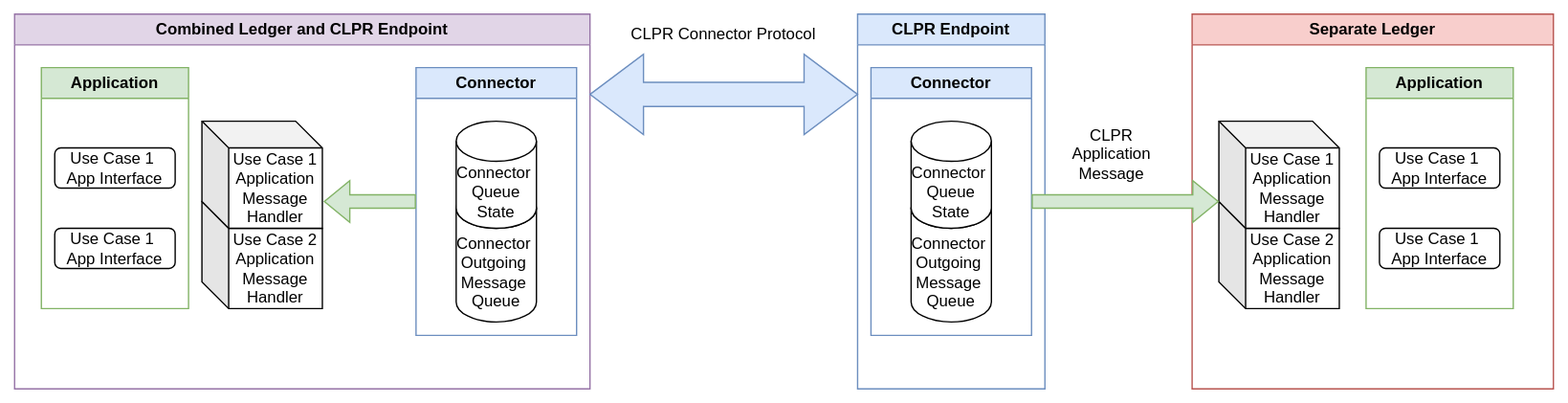
Earlier version of the draw.io export assets/hip-0000-clpr/clpr-endpoint-separate-ledger.drawio.svg (edward-swirldslabs/hedera-improvement-proposal). Source tidied: cells renumbered, new cells last; positions are measured from the earlier drawing's top-left corner, leaving out a move shared by most shapes. Source of this version:
```xml
<mxGraphModel>
  <root>
    <mxCell id="0" />
    <mxCell id="1" parent="0" />
    <mxCell id="2" value="Combined Ledger and CLPR Endpoint" style="swimlane;whiteSpace=wrap;html=1;fillColor=#e1d5e7;strokeColor=#9673a6;" parent="1" vertex="1">
      <mxGeometry width="430" height="280" as="geometry" />
    </mxCell>
    <mxCell id="3" value="Connector" style="swimlane;whiteSpace=wrap;html=1;fillColor=#dae8fc;strokeColor=#6c8ebf;" parent="2" vertex="1">
      <mxGeometry x="300" y="40" width="120" height="200" as="geometry" />
    </mxCell>
    <mxCell id="4" value="Connector&amp;nbsp;&lt;div&gt;Outgoing&amp;nbsp;&lt;/div&gt;&lt;div&gt;Message&amp;nbsp;&lt;/div&gt;&lt;div&gt;Queue&lt;/div&gt;" style="shape=cylinder3;whiteSpace=wrap;html=1;boundedLbl=1;backgroundOutline=1;size=15;" parent="3" vertex="1">
      <mxGeometry x="30" y="90" width="60" height="100" as="geometry" />
    </mxCell>
    <mxCell id="5" value="Connector&amp;nbsp;&lt;div&gt;Queue&lt;br&gt;&lt;div&gt;State&lt;/div&gt;&lt;/div&gt;" style="shape=cylinder3;whiteSpace=wrap;html=1;boundedLbl=1;backgroundOutline=1;size=15;" parent="3" vertex="1">
      <mxGeometry x="30" y="40" width="60" height="80" as="geometry" />
    </mxCell>
    <mxCell id="6" value="&lt;div&gt;Use Case 2&lt;/div&gt;Application Message Handler" style="shape=cube;whiteSpace=wrap;html=1;boundedLbl=1;backgroundOutline=1;darkOpacity=0.05;darkOpacity2=0.1;" parent="2" vertex="1">
      <mxGeometry x="140" y="140" width="90" height="80" as="geometry" />
    </mxCell>
    <mxCell id="7" value="Use Case 1 Application Message Handler" style="shape=cube;whiteSpace=wrap;html=1;boundedLbl=1;backgroundOutline=1;darkOpacity=0.05;darkOpacity2=0.1;" parent="2" vertex="1">
      <mxGeometry x="140" y="80" width="90" height="80" as="geometry" />
    </mxCell>
    <mxCell id="8" value="Application" style="swimlane;whiteSpace=wrap;html=1;fillColor=#d5e8d4;strokeColor=#82b366;" parent="2" vertex="1">
      <mxGeometry x="20" y="40" width="110" height="180" as="geometry" />
    </mxCell>
    <mxCell id="9" value="Use Case 1&amp;nbsp;&lt;div&gt;App Interface&lt;/div&gt;" style="rounded=1;whiteSpace=wrap;html=1;" parent="8" vertex="1">
      <mxGeometry x="10" y="60" width="90" height="30" as="geometry" />
    </mxCell>
    <mxCell id="10" value="Use Case 1&amp;nbsp;&lt;div&gt;App Interface&lt;/div&gt;" style="rounded=1;whiteSpace=wrap;html=1;" parent="8" vertex="1">
      <mxGeometry x="10" y="120" width="90" height="30" as="geometry" />
    </mxCell>
    <mxCell id="11" style="shape=flexArrow;endArrow=classic;html=1;rounded=0;exitX=0;exitY=0.5;exitDx=0;exitDy=0;fillColor=#d5e8d4;strokeColor=#82b366;" parent="2" edge="1" source="3">
      <mxGeometry relative="1" as="geometry">
        <mxPoint x="231" y="140" as="targetPoint" />
      </mxGeometry>
    </mxCell>
    <mxCell id="12" value="CLPR Endpoint" style="swimlane;whiteSpace=wrap;html=1;fillColor=#dae8fc;strokeColor=#6c8ebf;" parent="1" vertex="1">
      <mxGeometry x="630" width="140" height="280" as="geometry" />
    </mxCell>
    <mxCell id="13" value="Connector" style="swimlane;whiteSpace=wrap;html=1;fillColor=#dae8fc;strokeColor=#6c8ebf;" parent="12" vertex="1">
      <mxGeometry x="10" y="40" width="120" height="200" as="geometry" />
    </mxCell>
    <mxCell id="14" value="Connector&amp;nbsp;&lt;div&gt;Outgoing&amp;nbsp;&lt;/div&gt;&lt;div&gt;Message&amp;nbsp;&lt;/div&gt;&lt;div&gt;Queue&lt;/div&gt;" style="shape=cylinder3;whiteSpace=wrap;html=1;boundedLbl=1;backgroundOutline=1;size=15;" parent="13" vertex="1">
      <mxGeometry x="30" y="90" width="60" height="100" as="geometry" />
    </mxCell>
    <mxCell id="15" value="Connector&amp;nbsp;&lt;div&gt;Queue&lt;br&gt;&lt;div&gt;State&lt;/div&gt;&lt;/div&gt;" style="shape=cylinder3;whiteSpace=wrap;html=1;boundedLbl=1;backgroundOutline=1;size=15;" parent="13" vertex="1">
      <mxGeometry x="30" y="40" width="60" height="80" as="geometry" />
    </mxCell>
    <mxCell id="16" value="Separate Ledger" style="swimlane;whiteSpace=wrap;html=1;fillColor=#f8cecc;strokeColor=#b85450;" parent="1" vertex="1">
      <mxGeometry x="880" width="270" height="280" as="geometry" />
    </mxCell>
    <mxCell id="17" value="&lt;div&gt;Use Case 2&lt;/div&gt;Application Message Handler" style="shape=cube;whiteSpace=wrap;html=1;boundedLbl=1;backgroundOutline=1;darkOpacity=0.05;darkOpacity2=0.1;" parent="16" vertex="1">
      <mxGeometry x="20" y="140" width="90" height="80" as="geometry" />
    </mxCell>
    <mxCell id="18" value="Use Case 1 Application Message Handler" style="shape=cube;whiteSpace=wrap;html=1;boundedLbl=1;backgroundOutline=1;darkOpacity=0.05;darkOpacity2=0.1;" parent="16" vertex="1">
      <mxGeometry x="20" y="80" width="90" height="80" as="geometry" />
    </mxCell>
    <mxCell id="19" value="Application" style="swimlane;whiteSpace=wrap;html=1;fillColor=#d5e8d4;strokeColor=#82b366;" parent="16" vertex="1">
      <mxGeometry x="130" y="40" width="110" height="180" as="geometry" />
    </mxCell>
    <mxCell id="20" value="Use Case 1&amp;nbsp;&lt;div&gt;App Interface&lt;/div&gt;" style="rounded=1;whiteSpace=wrap;html=1;" parent="19" vertex="1">
      <mxGeometry x="10" y="60" width="90" height="30" as="geometry" />
    </mxCell>
    <mxCell id="21" value="Use Case 1&amp;nbsp;&lt;div&gt;App Interface&lt;/div&gt;" style="rounded=1;whiteSpace=wrap;html=1;" parent="19" vertex="1">
      <mxGeometry x="10" y="120" width="90" height="30" as="geometry" />
    </mxCell>
    <mxCell id="22" style="shape=doubleArrow;whiteSpace=wrap;html=1;fillColor=#dae8fc;strokeColor=#6c8ebf;" parent="1" vertex="1">
      <mxGeometry x="430" y="30" width="200" height="60" as="geometry" />
    </mxCell>
    <mxCell id="23" value="CLPR Connector Protocol" style="text;html=1;align=center;verticalAlign=middle;whiteSpace=wrap;rounded=0;" parent="1" vertex="1">
      <mxGeometry x="450" width="160" height="30" as="geometry" />
    </mxCell>
    <mxCell id="24" style="shape=flexArrow;endArrow=classic;html=1;rounded=0;entryX=0;entryY=0;entryDx=0;entryDy=60;entryPerimeter=0;exitX=1;exitY=0.5;exitDx=0;exitDy=0;fillColor=#d5e8d4;strokeColor=#82b366;" parent="1" edge="1" source="13" target="18">
      <mxGeometry relative="1" as="geometry" />
    </mxCell>
    <mxCell id="25" value="CLPR Application Message" style="text;html=1;align=center;verticalAlign=middle;whiteSpace=wrap;rounded=0;" parent="1" vertex="1">
      <mxGeometry x="790" y="90" width="60" height="30" as="geometry" />
    </mxCell>
  </root>
</mxGraphModel>
```
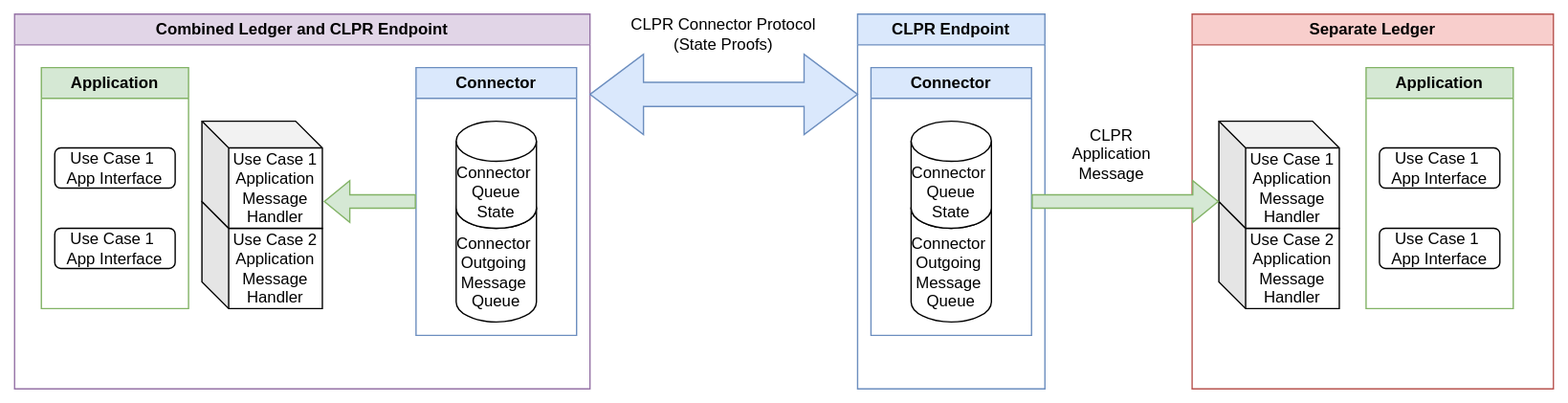
The same file after the commit.

What changed in the source:
```diff
@@ -67,7 +67,7 @@
     <mxCell id="22" style="shape=doubleArrow;whiteSpace=wrap;html=1;fillColor=#dae8fc;strokeColor=#6c8ebf;" parent="1" vertex="1">
       <mxGeometry x="430" y="30" width="200" height="60" as="geometry" />
     </mxCell>
-    <mxCell id="23" value="CLPR Connector Protocol" style="text;html=1;align=center;verticalAlign=middle;whiteSpace=wrap;rounded=0;" parent="1" vertex="1">
+    <mxCell id="23" value="CLPR Connector Protocol&lt;div&gt;(State Proofs)&lt;/div&gt;" style="text;html=1;align=center;verticalAlign=middle;whiteSpace=wrap;rounded=0;" parent="1" vertex="1">
       <mxGeometry x="450" width="160" height="30" as="geometry" />
     </mxCell>
     <mxCell id="24" style="shape=flexArrow;endArrow=classic;html=1;rounded=0;entryX=0;entryY=0;entryDx=0;entryDy=60;entryPerimeter=0;exitX=1;exitY=0.5;exitDx=0;exitDy=0;fillColor=#d5e8d4;strokeColor=#82b366;" parent="1" edge="1" source="13" target="18">
```
